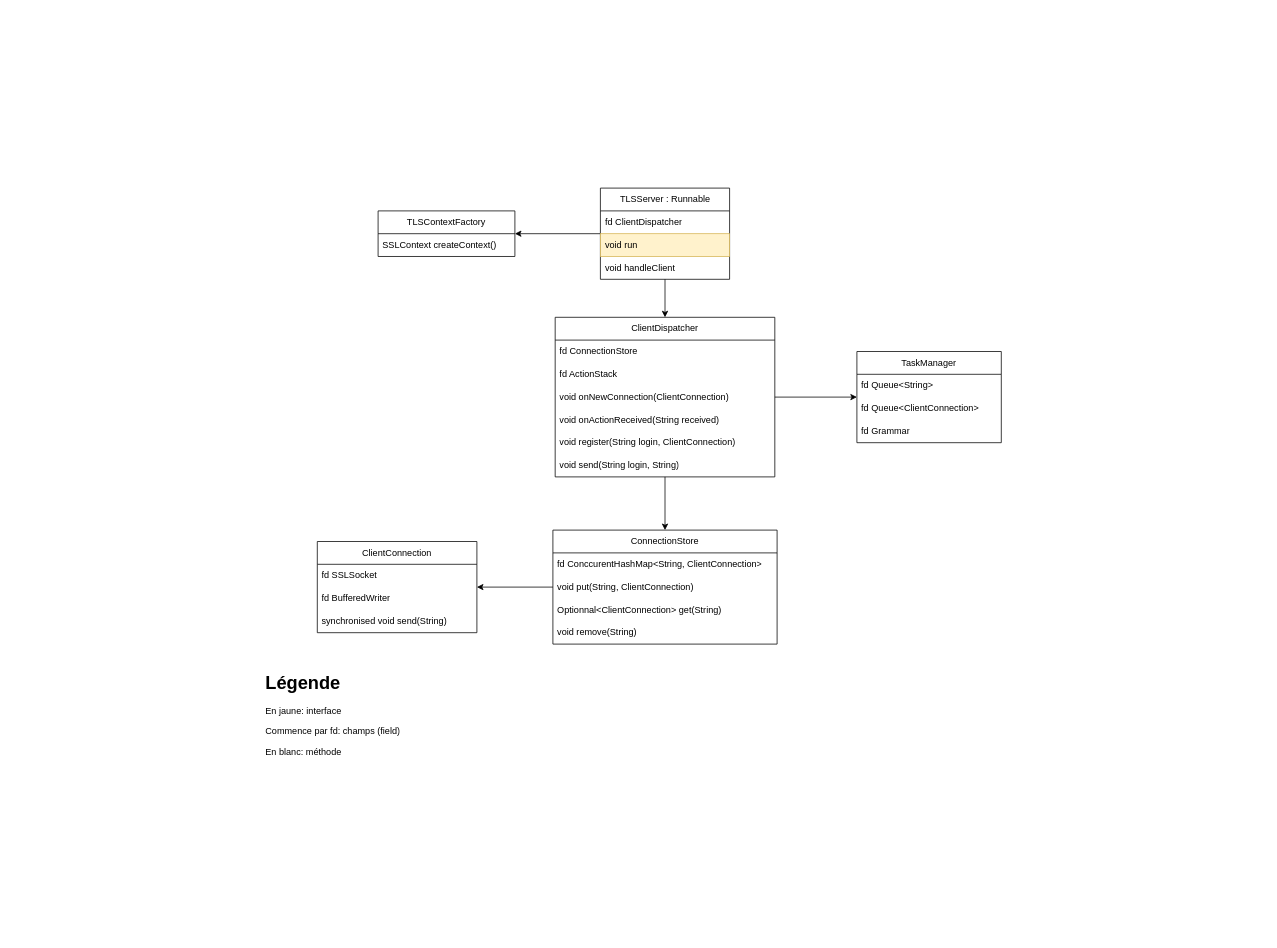
Above: cacophony.drawio in redyd/cacophony (draw.io), before the change. Source tidied: cells renumbered, new cells numbered last; positions are measured from the earlier drawing's top-left corner, leaving out a move shared by most shapes. Both pictures are drawn from the tidied source at 76%, with x=0, y=0 at pixel (264, 188).
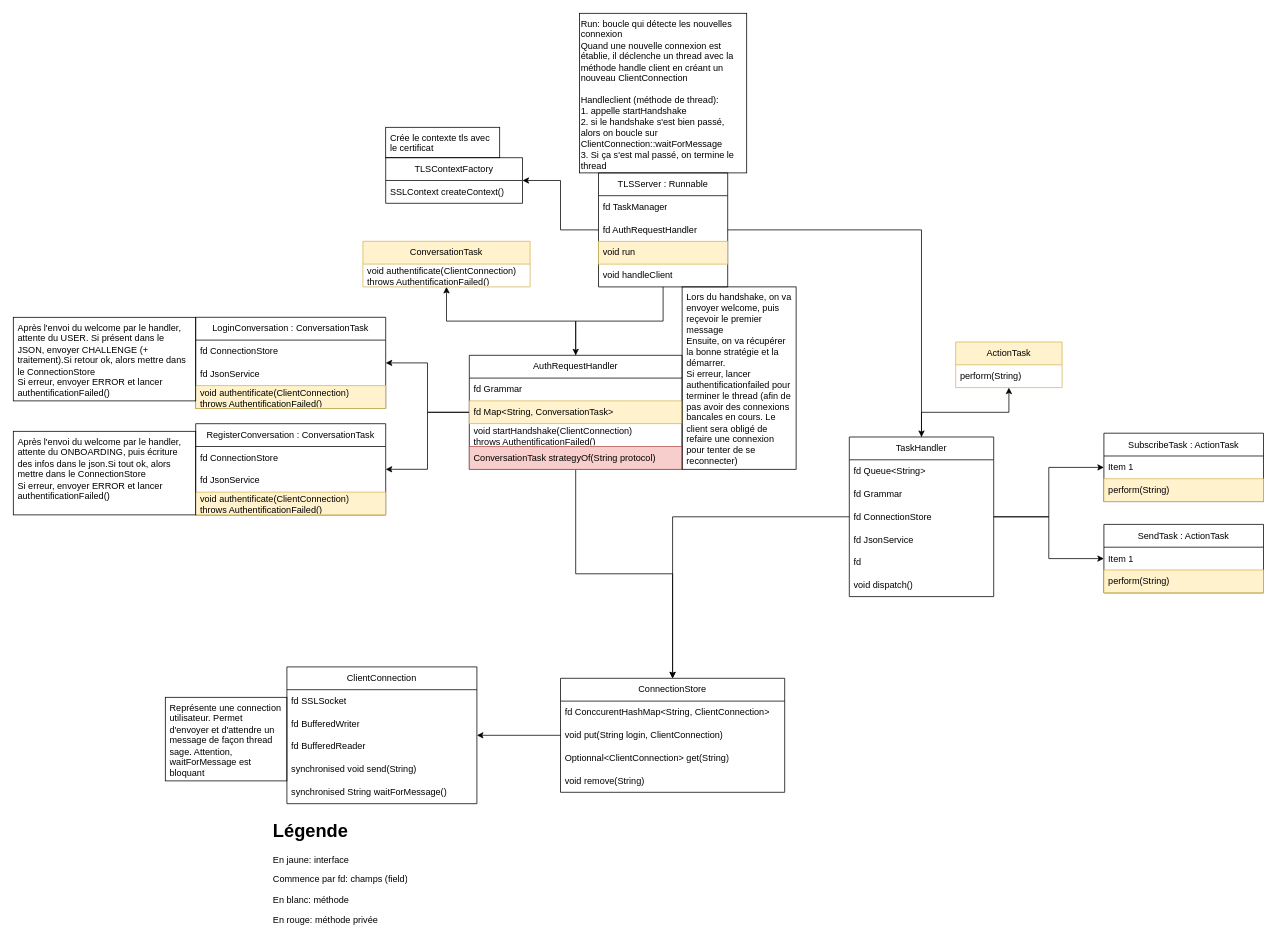
Above is the later version.

Commit message:
schéma pour gérer l'authentification

The edit, as a diff of the source:
```diff
@@
-    <mxCell id="2" style="edgeStyle=orthogonalEdgeStyle;rounded=0;jettySize=auto;html=1;" parent="1" edge="1" source="4" target="21">
-      <mxGeometry relative="1" as="geometry" />
-    </mxCell>
@@
+    <mxCell id="34" style="edgeStyle=orthogonalEdgeStyle;rounded=0;jettySize=auto;html=1;" parent="1" edge="1" source="4" target="28">
+      <mxGeometry relative="1" as="geometry" />
+    </mxCell>
+    <mxCell id="35" style="edgeStyle=orthogonalEdgeStyle;rounded=0;jettySize=auto;html=1;" parent="1" edge="1" source="4" target="52">
+      <mxGeometry relative="1" as="geometry" />
+    </mxCell>
     <mxCell id="4" value="TLSServer : Runnable" style="swimlane;fontStyle=0;horizontal=1;startSize=30;whiteSpace=wrap;html=1;" parent="1" vertex="1">
-      <mxGeometry x="442.5" width="170" height="120" as="geometry" />
+      <mxGeometry x="440" y="-20" width="170" height="150" as="geometry" />
     </mxCell>
-    <mxCell id="5" value="fd ClientDispatcher" style="text;align=left;verticalAlign=middle;spacingLeft=4;spacingRight=4;overflow=hidden;whiteSpace=wrap;html=1;" parent="4" vertex="1">
+    <mxCell id="5" value="fd TaskManager" style="text;align=left;verticalAlign=middle;spacingLeft=4;spacingRight=4;overflow=hidden;whiteSpace=wrap;html=1;" parent="4" vertex="1">
       <mxGeometry y="30" width="170" height="30" as="geometry" />
     </mxCell>
+    <mxCell id="36" value="fd AuthRequestHandler" style="text;align=left;verticalAlign=middle;spacingLeft=4;spacingRight=4;overflow=hidden;whiteSpace=wrap;html=1;" parent="4" vertex="1">
+      <mxGeometry y="60" width="170" height="30" as="geometry" />
+    </mxCell>
     <mxCell id="6" value="void run" style="text;align=left;verticalAlign=middle;spacingLeft=4;spacingRight=4;overflow=hidden;whiteSpace=wrap;html=1;fillColor=#fff2cc;strokeColor=#d6b656;" parent="4" vertex="1">
-      <mxGeometry y="60" width="170" height="30" as="geometry" />
+      <mxGeometry y="90" width="170" height="30" as="geometry" />
     </mxCell>
     <mxCell id="7" value="void handleClient" style="text;align=left;verticalAlign=middle;spacingLeft=4;spacingRight=4;overflow=hidden;whiteSpace=wrap;html=1;" parent="4" vertex="1">
-      <mxGeometry y="90" width="170" height="30" as="geometry" />
+      <mxGeometry y="120" width="170" height="30" as="geometry" />
     </mxCell>
-    <mxCell id="8" value="&lt;h1 style=&quot;margin-top: 0px;&quot;&gt;Légende&lt;/h1&gt;&lt;p&gt;En jaune: interface&lt;/p&gt;&lt;p&gt;Commence par fd: champs (field)&lt;/p&gt;&lt;p&gt;En blanc: méthode&lt;/p&gt;" style="text;html=1;whiteSpace=wrap;overflow=hidden;rounded=0;" parent="1" vertex="1">
-      <mxGeometry y="630" width="180" height="120" as="geometry" />
+    <mxCell id="8" value="&lt;h1 style=&quot;margin-top: 0px;&quot;&gt;Légende&lt;/h1&gt;&lt;p&gt;En jaune: interface&lt;/p&gt;&lt;p&gt;Commence par fd: champs (field)&lt;/p&gt;&lt;p&gt;En blanc: méthode&lt;/p&gt;&lt;p&gt;En rouge: méthode privée&lt;/p&gt;" style="text;html=1;whiteSpace=wrap;overflow=hidden;rounded=0;" parent="1" vertex="1">
+      <mxGeometry x="10" y="825" width="180" height="155" as="geometry" />
     </mxCell>
     <mxCell id="9" value="ClientConnection" style="swimlane;fontStyle=0;horizontal=1;startSize=30;whiteSpace=wrap;html=1;" parent="1" vertex="1">
-      <mxGeometry x="70" y="465" width="210" height="120" as="geometry" />
+      <mxGeometry x="30" y="630" width="250" height="180" as="geometry" />
     </mxCell>
     <mxCell id="10" value="fd SSLSocket" style="text;strokeColor=none;fillColor=none;align=left;verticalAlign=middle;spacingLeft=4;spacingRight=4;overflow=hidden;whiteSpace=wrap;html=1;" parent="9" vertex="1">
-      <mxGeometry y="30" width="210" height="30" as="geometry" />
+      <mxGeometry y="30" width="250" height="30" as="geometry" />
     </mxCell>
     <mxCell id="11" value="fd BufferedWriter" style="text;strokeColor=none;fillColor=none;align=left;verticalAlign=middle;spacingLeft=4;spacingRight=4;overflow=hidden;whiteSpace=wrap;html=1;" parent="9" vertex="1">
-      <mxGeometry y="60" width="210" height="30" as="geometry" />
+      <mxGeometry y="60" width="250" height="30" as="geometry" />
     </mxCell>
+    <mxCell id="37" value="fd BufferedReader" style="text;strokeColor=none;fillColor=none;align=left;verticalAlign=middle;spacingLeft=4;spacingRight=4;overflow=hidden;whiteSpace=wrap;html=1;" parent="9" vertex="1">
+      <mxGeometry y="90" width="250" height="30" as="geometry" />
+    </mxCell>
     <mxCell id="12" value="synchronised void send(String)" style="text;strokeColor=none;fillColor=none;align=left;verticalAlign=middle;spacingLeft=4;spacingRight=4;overflow=hidden;whiteSpace=wrap;html=1;" parent="9" vertex="1">
-      <mxGeometry y="90" width="210" height="30" as="geometry" />
+      <mxGeometry y="120" width="250" height="30" as="geometry" />
     </mxCell>
+    <mxCell id="38" value="synchronised String waitForMessage()" style="text;strokeColor=none;fillColor=none;align=left;verticalAlign=middle;spacingLeft=4;spacingRight=4;overflow=hidden;whiteSpace=wrap;html=1;" parent="9" vertex="1">
+      <mxGeometry y="150" width="250" height="30" as="geometry" />
+    </mxCell>
@@
     <mxCell id="14" value="ConnectionStore" style="swimlane;fontStyle=0;horizontal=1;startSize=30;whiteSpace=wrap;html=1;" parent="1" vertex="1">
-      <mxGeometry x="380" y="450" width="295" height="150" as="geometry" />
+      <mxGeometry x="390" y="645" width="295" height="150" as="geometry" />
     </mxCell>
@@
-    <mxCell id="16" value="void put(String, ClientConnection)" style="text;strokeColor=none;fillColor=none;align=left;verticalAlign=middle;spacingLeft=4;spacingRight=4;overflow=hidden;whiteSpace=wrap;html=1;" parent="14" vertex="1">
+    <mxCell id="16" value="void put(String login, ClientConnection)" style="text;strokeColor=none;fillColor=none;align=left;verticalAlign=middle;spacingLeft=4;spacingRight=4;overflow=hidden;whiteSpace=wrap;html=1;" parent="14" vertex="1">
       <mxGeometry y="60" width="295" height="30" as="geometry" />
     </mxCell>
@@
-    <mxCell id="19" style="edgeStyle=orthogonalEdgeStyle;rounded=0;jettySize=auto;html=1;" parent="1" edge="1" source="21" target="14">
-      <mxGeometry relative="1" as="geometry" />
-    </mxCell>
-    <mxCell id="20" style="edgeStyle=orthogonalEdgeStyle;rounded=0;jettySize=auto;html=1;" parent="1" edge="1" source="21" target="28">
-      <mxGeometry relative="1" as="geometry" />
-    </mxCell>
-    <mxCell id="21" value="ClientDispatcher" style="swimlane;fontStyle=0;horizontal=1;startSize=30;whiteSpace=wrap;html=1;" parent="1" vertex="1">
-      <mxGeometry x="383" y="170" width="289" height="210" as="geometry" />
-    </mxCell>
-    <mxCell id="22" value="fd ConnectionStore" style="text;strokeColor=none;fillColor=none;align=left;verticalAlign=middle;spacingLeft=4;spacingRight=4;overflow=hidden;whiteSpace=wrap;html=1;" parent="21" vertex="1">
-      <mxGeometry y="30" width="289" height="30" as="geometry" />
-    </mxCell>
-    <mxCell id="23" value="fd ActionStack" style="text;strokeColor=none;fillColor=none;align=left;verticalAlign=middle;spacingLeft=4;spacingRight=4;overflow=hidden;whiteSpace=wrap;html=1;" parent="21" vertex="1">
-      <mxGeometry y="60" width="289" height="30" as="geometry" />
-    </mxCell>
-    <mxCell id="24" value="void onNewConnection(ClientConnection)" style="text;strokeColor=none;fillColor=none;align=left;verticalAlign=middle;spacingLeft=4;spacingRight=4;overflow=hidden;whiteSpace=wrap;html=1;" parent="21" vertex="1">
-      <mxGeometry y="90" width="289" height="30" as="geometry" />
-    </mxCell>
-    <mxCell id="25" value="void onActionReceived(String received)" style="text;strokeColor=none;fillColor=none;align=left;verticalAlign=middle;spacingLeft=4;spacingRight=4;overflow=hidden;whiteSpace=wrap;html=1;" parent="21" vertex="1">
-      <mxGeometry y="120" width="289" height="30" as="geometry" />
-    </mxCell>
-    <mxCell id="26" value="void register(String login, ClientConnection)" style="text;strokeColor=none;fillColor=none;align=left;verticalAlign=middle;spacingLeft=4;spacingRight=4;overflow=hidden;whiteSpace=wrap;html=1;" parent="21" vertex="1">
-      <mxGeometry y="150" width="289" height="30" as="geometry" />
-    </mxCell>
-    <mxCell id="27" value="void send(String login, String)" style="text;strokeColor=none;fillColor=none;align=left;verticalAlign=middle;spacingLeft=4;spacingRight=4;overflow=hidden;whiteSpace=wrap;html=1;" parent="21" vertex="1">
-      <mxGeometry y="180" width="289" height="30" as="geometry" />
-    </mxCell>
+    <mxCell id="39" style="edgeStyle=orthogonalEdgeStyle;rounded=0;jettySize=auto;html=1;" parent="1" edge="1" source="28" target="14">
+      <mxGeometry relative="1" as="geometry" />
+    </mxCell>
+    <mxCell id="40" style="edgeStyle=orthogonalEdgeStyle;rounded=0;jettySize=auto;html=1;" parent="1" edge="1" source="28" target="73">
+      <mxGeometry relative="1" as="geometry" />
+    </mxCell>
+    <mxCell id="41" style="edgeStyle=orthogonalEdgeStyle;rounded=0;jettySize=auto;html=1;" parent="1" edge="1" source="28" target="64">
+      <mxGeometry relative="1" as="geometry" />
+    </mxCell>
+    <mxCell id="42" style="edgeStyle=orthogonalEdgeStyle;rounded=0;jettySize=auto;html=1;" parent="1" edge="1" source="28" target="61">
+      <mxGeometry relative="1" as="geometry" />
+    </mxCell>
-    <mxCell id="28" value="TaskManager" style="swimlane;fontStyle=0;horizontal=1;startSize=30;whiteSpace=wrap;html=1;" parent="1" vertex="1">
-      <mxGeometry x="780" y="215" width="190" height="120" as="geometry" />
+    <mxCell id="28" value="TaskHandler" style="swimlane;fontStyle=0;horizontal=1;startSize=30;whiteSpace=wrap;html=1;" parent="1" vertex="1">
+      <mxGeometry x="770" y="327.5" width="190" height="210" as="geometry" />
     </mxCell>
@@
-    <mxCell id="30" value="fd Queue&amp;lt;ClientConnection&amp;gt;" style="text;strokeColor=none;fillColor=none;align=left;verticalAlign=middle;spacingLeft=4;spacingRight=4;overflow=hidden;whiteSpace=wrap;html=1;" parent="28" vertex="1">
-      <mxGeometry y="60" width="190" height="30" as="geometry" />
-    </mxCell>
     <mxCell id="31" value="fd Grammar" style="text;strokeColor=none;fillColor=none;align=left;verticalAlign=middle;spacingLeft=4;spacingRight=4;overflow=hidden;whiteSpace=wrap;html=1;" parent="28" vertex="1">
-      <mxGeometry y="90" width="190" height="30" as="geometry" />
+      <mxGeometry y="60" width="190" height="30" as="geometry" />
     </mxCell>
+    <mxCell id="22" value="fd ConnectionStore" style="text;strokeColor=none;fillColor=none;align=left;verticalAlign=middle;spacingLeft=4;spacingRight=4;overflow=hidden;whiteSpace=wrap;html=1;" parent="28" vertex="1">
+      <mxGeometry y="90" width="190" height="30" as="geometry" />
+    </mxCell>
+    <mxCell id="43" value="fd JsonService" style="text;strokeColor=none;fillColor=none;align=left;verticalAlign=middle;spacingLeft=4;spacingRight=4;overflow=hidden;whiteSpace=wrap;html=1;" parent="28" vertex="1">
+      <mxGeometry y="120" width="190" height="30" as="geometry" />
+    </mxCell>
+    <mxCell id="44" value="fd" style="text;strokeColor=none;fillColor=none;align=left;verticalAlign=middle;spacingLeft=4;spacingRight=4;overflow=hidden;whiteSpace=wrap;html=1;" parent="28" vertex="1">
+      <mxGeometry y="150" width="190" height="30" as="geometry" />
+    </mxCell>
+    <mxCell id="45" value="void dispatch()" style="text;strokeColor=none;fillColor=none;align=left;verticalAlign=middle;spacingLeft=4;spacingRight=4;overflow=hidden;whiteSpace=wrap;html=1;" parent="28" vertex="1">
+      <mxGeometry y="180" width="190" height="30" as="geometry" />
+    </mxCell>
     <mxCell id="32" value="TLSContextFactory" style="swimlane;fontStyle=0;horizontal=1;startSize=30;whiteSpace=wrap;html=1;" parent="1" vertex="1">
-      <mxGeometry x="150" y="30" width="180" height="60" as="geometry" />
+      <mxGeometry x="160" y="-40" width="180" height="60" as="geometry" />
     </mxCell>
@@
+    <mxCell id="46" value="Run: boucle qui détecte les nouvelles connexion&lt;div&gt;Quand une nouvelle connexion est établie, il déclenche un thread avec la méthode handle client en créant un nouveau ClientConnection&lt;/div&gt;&lt;div&gt;&lt;br&gt;&lt;/div&gt;&lt;div&gt;Handleclient (méthode de thread):&lt;/div&gt;&lt;div&gt;1. appelle startHandshake&lt;br&gt;&lt;/div&gt;&lt;div&gt;2. si le handshake s'est bien passé, alors on boucle sur ClientConnection::waitForMessage&lt;/div&gt;&lt;div&gt;3. Si ça s'est mal passé, on termine le thread&lt;/div&gt;" style="text;html=1;whiteSpace=wrap;strokeColor=default;fillColor=none;align=left;verticalAlign=top;rounded=0;" parent="1" vertex="1">
+      <mxGeometry x="415" y="-230" width="220" height="210" as="geometry" />
+    </mxCell>
+    <mxCell id="47" value="Crée le contexte tls avec le certificat" style="text;strokeColor=default;fillColor=none;align=left;verticalAlign=top;spacingLeft=4;spacingRight=4;overflow=hidden;whiteSpace=wrap;html=1;" parent="1" vertex="1">
+      <mxGeometry x="160" y="-80" width="150" height="40" as="geometry" />
+    </mxCell>
+    <mxCell id="48" style="edgeStyle=orthogonalEdgeStyle;rounded=0;jettySize=auto;html=1;" parent="1" edge="1" source="52" target="14">
+      <mxGeometry relative="1" as="geometry" />
+    </mxCell>
+    <mxCell id="49" style="edgeStyle=orthogonalEdgeStyle;rounded=0;jettySize=auto;html=1;" parent="1" edge="1" source="52" target="57">
+      <mxGeometry relative="1" as="geometry" />
+    </mxCell>
+    <mxCell id="50" style="edgeStyle=orthogonalEdgeStyle;rounded=0;jettySize=auto;html=1;" parent="1" edge="1" source="52" target="67">
+      <mxGeometry relative="1" as="geometry" />
+    </mxCell>
+    <mxCell id="51" style="edgeStyle=orthogonalEdgeStyle;rounded=0;jettySize=auto;html=1;" parent="1" edge="1" source="52" target="71">
+      <mxGeometry relative="1" as="geometry" />
+    </mxCell>
+    <mxCell id="52" value="AuthRequestHandler" style="swimlane;fontStyle=0;horizontal=1;startSize=30;whiteSpace=wrap;html=1;" parent="1" vertex="1">
+      <mxGeometry x="270" y="220" width="280" height="150" as="geometry" />
+    </mxCell>
+    <mxCell id="53" value="fd Grammar" style="text;strokeColor=none;fillColor=none;align=left;verticalAlign=middle;spacingLeft=4;spacingRight=4;overflow=hidden;whiteSpace=wrap;html=1;" parent="52" vertex="1">
+      <mxGeometry y="30" width="280" height="30" as="geometry" />
+    </mxCell>
+    <mxCell id="54" value="fd Map&amp;lt;String, ConversationTask&amp;gt;" style="text;strokeColor=#d6b656;fillColor=#fff2cc;align=left;verticalAlign=middle;spacingLeft=4;spacingRight=4;overflow=hidden;whiteSpace=wrap;html=1;" parent="52" vertex="1">
+      <mxGeometry y="60" width="280" height="30" as="geometry" />
+    </mxCell>
+    <mxCell id="55" value="void startHandshake(ClientConnection)&lt;div&gt;throws AuthentificationFailed()&lt;/div&gt;" style="text;strokeColor=none;fillColor=none;align=left;verticalAlign=middle;spacingLeft=4;spacingRight=4;overflow=hidden;whiteSpace=wrap;html=1;" parent="52" vertex="1">
+      <mxGeometry y="90" width="280" height="30" as="geometry" />
+    </mxCell>
+    <mxCell id="56" value="ConversationTask strategyOf(String protocol)" style="text;strokeColor=#b85450;fillColor=#f8cecc;align=left;verticalAlign=middle;spacingLeft=4;spacingRight=4;overflow=hidden;whiteSpace=wrap;html=1;" parent="52" vertex="1">
+      <mxGeometry y="120" width="280" height="30" as="geometry" />
+    </mxCell>
+    <mxCell id="57" value="LoginConversation : ConversationTask" style="swimlane;fontStyle=0;horizontal=1;startSize=30;whiteSpace=wrap;html=1;" parent="1" vertex="1">
+      <mxGeometry x="-90" y="170" width="250" height="120" as="geometry" />
+    </mxCell>
+    <mxCell id="58" value="fd ConnectionStore" style="text;align=left;verticalAlign=middle;spacingLeft=4;spacingRight=4;overflow=hidden;whiteSpace=wrap;html=1;" parent="57" vertex="1">
+      <mxGeometry y="30" width="250" height="30" as="geometry" />
+    </mxCell>
+    <mxCell id="59" value="fd JsonService" style="text;align=left;verticalAlign=middle;spacingLeft=4;spacingRight=4;overflow=hidden;whiteSpace=wrap;html=1;" parent="57" vertex="1">
+      <mxGeometry y="60" width="250" height="30" as="geometry" />
+    </mxCell>
+    <mxCell id="60" value="void authentificate(ClientConnection)&lt;div&gt;throws AuthentificationFailed()&lt;/div&gt;" style="text;strokeColor=#d6b656;fillColor=#fff2cc;align=left;verticalAlign=middle;spacingLeft=4;spacingRight=4;overflow=hidden;whiteSpace=wrap;html=1;" parent="57" vertex="1">
+      <mxGeometry y="90" width="250" height="30" as="geometry" />
+    </mxCell>
+    <mxCell id="61" value="SubscribeTask : ActionTask" style="swimlane;fontStyle=0;horizontal=1;startSize=30;whiteSpace=wrap;html=1;" parent="1" vertex="1">
+      <mxGeometry x="1105" y="322.5" width="210" height="90" as="geometry" />
+    </mxCell>
+    <mxCell id="62" value="Item 1" style="text;strokeColor=none;fillColor=none;align=left;verticalAlign=middle;spacingLeft=4;spacingRight=4;overflow=hidden;whiteSpace=wrap;html=1;" parent="61" vertex="1">
+      <mxGeometry y="30" width="210" height="30" as="geometry" />
+    </mxCell>
+    <mxCell id="63" value="perform(String)" style="text;strokeColor=#d6b656;fillColor=#fff2cc;align=left;verticalAlign=middle;spacingLeft=4;spacingRight=4;overflow=hidden;whiteSpace=wrap;html=1;" parent="61" vertex="1">
+      <mxGeometry y="60" width="210" height="30" as="geometry" />
+    </mxCell>
+    <mxCell id="64" value="SendTask : ActionTask" style="swimlane;fontStyle=0;horizontal=1;startSize=30;whiteSpace=wrap;html=1;" parent="1" vertex="1">
+      <mxGeometry x="1105" y="442.5" width="210" height="90" as="geometry" />
+    </mxCell>
+    <mxCell id="65" value="Item 1" style="text;strokeColor=none;fillColor=none;align=left;verticalAlign=middle;spacingLeft=4;spacingRight=4;overflow=hidden;whiteSpace=wrap;html=1;" parent="64" vertex="1">
+      <mxGeometry y="30" width="210" height="30" as="geometry" />
+    </mxCell>
+    <mxCell id="66" value="perform(String)" style="text;strokeColor=#d6b656;fillColor=#fff2cc;align=left;verticalAlign=middle;spacingLeft=4;spacingRight=4;overflow=hidden;whiteSpace=wrap;html=1;" parent="64" vertex="1">
+      <mxGeometry y="60" width="210" height="30" as="geometry" />
+    </mxCell>
+    <mxCell id="67" value="RegisterConversation : ConversationTask" style="swimlane;fontStyle=0;horizontal=1;startSize=30;whiteSpace=wrap;html=1;" parent="1" vertex="1">
+      <mxGeometry x="-90" y="310" width="250" height="120" as="geometry" />
+    </mxCell>
+    <mxCell id="68" value="fd ConnectionStore" style="text;align=left;verticalAlign=middle;spacingLeft=4;spacingRight=4;overflow=hidden;whiteSpace=wrap;html=1;" parent="67" vertex="1">
+      <mxGeometry y="30" width="250" height="30" as="geometry" />
+    </mxCell>
+    <mxCell id="69" value="fd JsonService" style="text;align=left;verticalAlign=middle;spacingLeft=4;spacingRight=4;overflow=hidden;whiteSpace=wrap;html=1;" parent="67" vertex="1">
+      <mxGeometry y="60" width="250" height="30" as="geometry" />
+    </mxCell>
+    <mxCell id="70" value="void authentificate(ClientConnection)&lt;div&gt;throws AuthentificationFailed()&lt;/div&gt;" style="text;strokeColor=#d6b656;fillColor=#fff2cc;align=left;verticalAlign=middle;spacingLeft=4;spacingRight=4;overflow=hidden;whiteSpace=wrap;html=1;" parent="67" vertex="1">
+      <mxGeometry y="90" width="250" height="30" as="geometry" />
+    </mxCell>
+    <mxCell id="71" value="ConversationTask" style="swimlane;fontStyle=0;horizontal=1;startSize=30;whiteSpace=wrap;html=1;fillColor=#fff2cc;strokeColor=#d6b656;" parent="1" vertex="1">
+      <mxGeometry x="130" y="70" width="220" height="60" as="geometry" />
+    </mxCell>
+    <mxCell id="72" value="void authentificate(ClientConnection)&lt;div&gt;throws AuthentificationFailed()&lt;/div&gt;" style="text;strokeColor=none;fillColor=none;align=left;verticalAlign=middle;spacingLeft=4;spacingRight=4;overflow=hidden;whiteSpace=wrap;html=1;" parent="71" vertex="1">
+      <mxGeometry y="30" width="220" height="30" as="geometry" />
+    </mxCell>
+    <mxCell id="73" value="ActionTask" style="swimlane;fontStyle=0;horizontal=1;startSize=30;whiteSpace=wrap;html=1;fillColor=#fff2cc;strokeColor=#d6b656;" parent="1" vertex="1">
+      <mxGeometry x="910" y="202.5" width="140" height="60" as="geometry" />
+    </mxCell>
+    <mxCell id="74" value="perform(String)" style="text;strokeColor=none;fillColor=none;align=left;verticalAlign=middle;spacingLeft=4;spacingRight=4;overflow=hidden;whiteSpace=wrap;html=1;" parent="73" vertex="1">
+      <mxGeometry y="30" width="140" height="30" as="geometry" />
+    </mxCell>
+    <mxCell id="75" value="Lors du handshake, on va envoyer welcome, puis reçevoir le premier message&lt;div&gt;Ensuite, on va récupérer la bonne stratégie et la démarrer.&lt;/div&gt;&lt;div&gt;Si erreur, lancer authentificationfailed pour terminer le thread (afin de pas avoir des connexions bancales en cours. Le client sera obligé de refaire une connexion pour tenter de se reconnecter)&lt;/div&gt;" style="text;strokeColor=default;fillColor=none;align=left;verticalAlign=top;spacingLeft=4;spacingRight=4;overflow=hidden;whiteSpace=wrap;html=1;" parent="1" vertex="1">
+      <mxGeometry x="550" y="130" width="150" height="240" as="geometry" />
+    </mxCell>
+    <mxCell id="76" value="Après l'envoi du welcome par le handler, attente du USER. Si présent dans le JSON, envoyer CHALLENGE (+ traitement).Si retour ok, alors mettre dans le ConnectionStore&lt;div&gt;Si erreur, envoyer ERROR et lancer authentificationFailed()&lt;/div&gt;" style="text;strokeColor=default;fillColor=none;align=left;verticalAlign=top;spacingLeft=4;spacingRight=4;overflow=hidden;whiteSpace=wrap;html=1;" parent="1" vertex="1">
+      <mxGeometry x="-330" y="170" width="240" height="110" as="geometry" />
+    </mxCell>
+    <mxCell id="77" value="Après l'envoi du welcome par le handler, attente du ONBOARDING, puis écriture des infos dans le json.Si tout ok, alors mettre dans le ConnectionStore&lt;div&gt;Si erreur, envoyer ERROR et lancer authentificationFailed()&lt;/div&gt;" style="text;strokeColor=default;fillColor=none;align=left;verticalAlign=top;spacingLeft=4;spacingRight=4;overflow=hidden;whiteSpace=wrap;html=1;" parent="1" vertex="1">
+      <mxGeometry x="-330" y="320" width="240" height="110" as="geometry" />
+    </mxCell>
+    <mxCell id="78" value="Représente une connection utilisateur. Permet d'envoyer et d'attendre un message de façon thread sage. Attention, waitForMessage est bloquant" style="text;strokeColor=default;fillColor=none;align=left;verticalAlign=top;spacingLeft=4;spacingRight=4;overflow=hidden;whiteSpace=wrap;html=1;" parent="1" vertex="1">
+      <mxGeometry x="-130" y="670" width="160" height="110" as="geometry" />
+    </mxCell>
```
